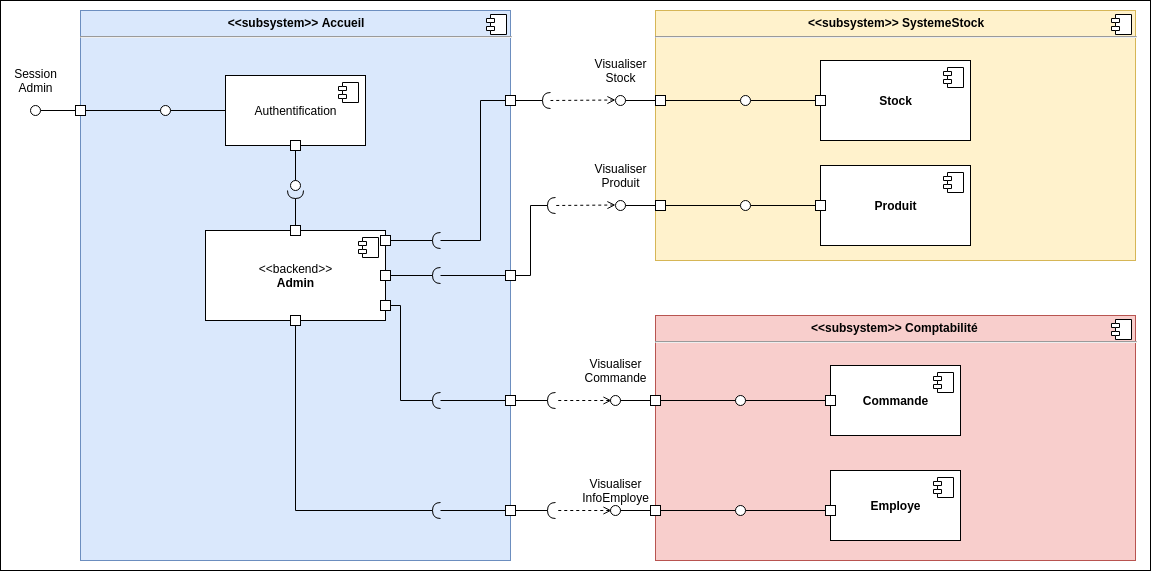
This is Diag_component_admin.png from micktymoon/P6_pelletier_c-line, a draw.io export, as it was before one commit. Source tidied: cells renumbered, new cells last; positions are measured from the earlier drawing's top-left corner, leaving out a move shared by most shapes.
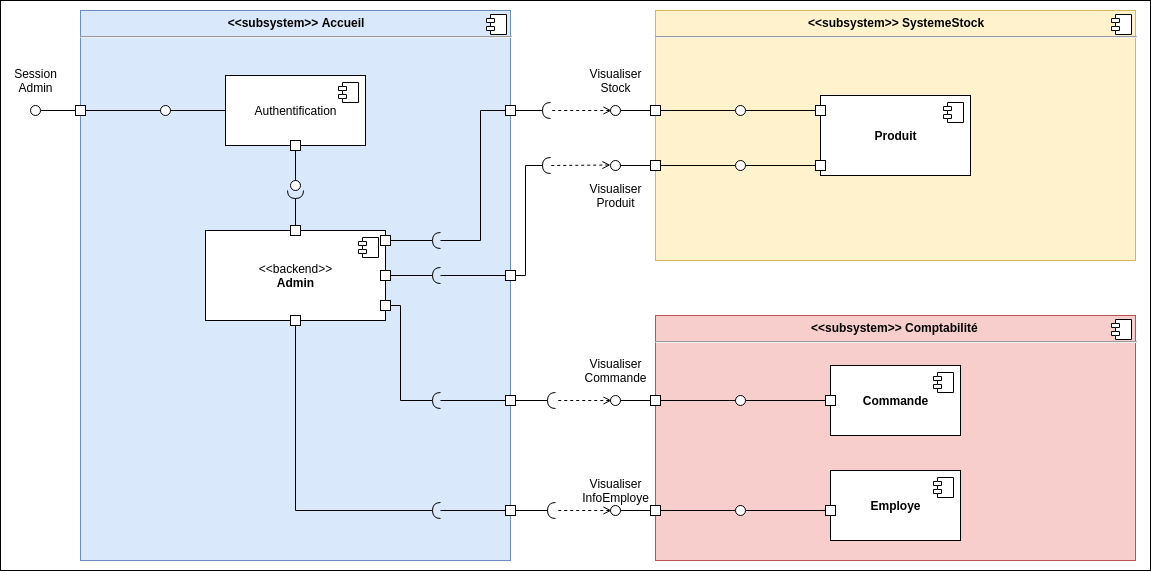
Later version of the same file.

The edit, as a diff of the source:
```diff
@@ -14,7 +14,7 @@
       </mxGeometry>
     </mxCell>
     <mxCell id="5" value="&lt;b&gt;Produit&lt;/b&gt;" style="html=1;" parent="1" vertex="1">
-      <mxGeometry x="820" y="165" width="150" height="80" as="geometry" />
+      <mxGeometry x="820" y="95" width="150" height="80" as="geometry" />
     </mxCell>
     <mxCell id="6" style="shape=component;jettyWidth=8;jettyHeight=4;" parent="5" vertex="1">
       <mxGeometry x="1" width="20" height="20" relative="1" as="geometry">
@@ -38,7 +38,7 @@
       </mxGeometry>
     </mxCell>
     <mxCell id="11" style="whiteSpace=wrap;html=1;" parent="1" vertex="1">
-      <mxGeometry x="815" y="200" width="10" height="10" as="geometry" />
+      <mxGeometry x="815" y="160" width="10" height="10" as="geometry" />
     </mxCell>
     <mxCell id="12" style="edgeStyle=none;rounded=0;jettySize=auto;html=1;exitX=0;exitY=0.5;exitDx=0;exitDy=0;startArrow=none;startFill=0;endArrow=none;endFill=0;" parent="1" edge="1" source="11" target="16">
       <mxGeometry relative="1" as="geometry" />
@@ -50,10 +50,10 @@
       <mxGeometry relative="1" as="geometry" />
     </mxCell>
     <mxCell id="15" style="whiteSpace=wrap;html=1;" parent="1" vertex="1">
-      <mxGeometry x="655" y="200" width="10" height="10" as="geometry" />
+      <mxGeometry x="650" y="160" width="10" height="10" as="geometry" />
     </mxCell>
     <mxCell id="16" style="ellipse;whiteSpace=wrap;html=1;fontFamily=Helvetica;fontSize=12;fontColor=#000000;align=center;strokeColor=#000000;fillColor=#ffffff;points=[];direction=south;" parent="1" vertex="1">
-      <mxGeometry x="740" y="200" width="10" height="10" as="geometry" />
+      <mxGeometry x="735" y="160" width="10" height="10" as="geometry" />
     </mxCell>
     <mxCell id="17" style="rounded=0;jettySize=auto;html=1;exitX=0;exitY=0.5;exitDx=0;exitDy=0;startArrow=none;startFill=0;endArrow=none;endFill=0;" parent="1" edge="1" source="71" target="18">
       <mxGeometry relative="1" as="geometry" />
@@ -150,7 +150,7 @@
       <mxGeometry x="735" y="505" width="10" height="10" as="geometry" />
     </mxCell>
     <mxCell id="45" style="ellipse;whiteSpace=wrap;html=1;fontFamily=Helvetica;fontSize=12;fontColor=#000000;align=center;strokeColor=#000000;fillColor=#ffffff;points=[];direction=south;" parent="1" vertex="1">
-      <mxGeometry x="615" y="200" width="10" height="10" as="geometry" />
+      <mxGeometry x="610" y="160" width="10" height="10" as="geometry" />
     </mxCell>
     <mxCell id="46" style="rounded=0;jettySize=auto;html=1;endArrow=halfCircle;endFill=0;endSize=6;strokeWidth=1;exitX=1;exitY=0.5;exitDx=0;exitDy=0;" parent="1" edge="1" source="32">
       <mxGeometry relative="1" as="geometry">
@@ -159,17 +159,17 @@
     </mxCell>
     <mxCell id="47" style="rounded=0;jettySize=auto;html=1;endArrow=halfCircle;endFill=0;endSize=6;strokeWidth=1;exitX=1;exitY=0.5;exitDx=0;exitDy=0;edgeStyle=orthogonalEdgeStyle;" parent="1" edge="1" source="34">
       <mxGeometry relative="1" as="geometry">
-        <mxPoint x="555" y="205" as="targetPoint" />
+        <mxPoint x="550" y="165" as="targetPoint" />
         <Array as="points">
-          <mxPoint x="530" y="275" />
-          <mxPoint x="530" y="205" />
+          <mxPoint x="525" y="275" />
+          <mxPoint x="525" y="165" />
         </Array>
       </mxGeometry>
     </mxCell>
     <mxCell id="48" style="edgeStyle=none;rounded=0;orthogonalLoop=1;jettySize=auto;html=1;endArrow=none;endFill=0;dashed=1;startArrow=open;startFill=0;" parent="1" edge="1">
       <mxGeometry relative="1" as="geometry">
-        <mxPoint x="615" y="204.5" as="sourcePoint" />
-        <mxPoint x="555" y="205" as="targetPoint" />
+        <mxPoint x="610" y="164.5" as="sourcePoint" />
+        <mxPoint x="550" y="165" as="targetPoint" />
       </mxGeometry>
     </mxCell>
     <mxCell id="49" style="edgeStyle=none;rounded=0;jettySize=auto;html=1;exitX=0;exitY=0.5;exitDx=0;exitDy=0;entryX=0.5;entryY=0.1;entryDx=0;entryDy=0;entryPerimeter=0;endArrow=none;endFill=0;" parent="1" edge="1" target="50">
@@ -245,7 +245,7 @@
       <mxGeometry x="575" y="355" width="80" height="30" as="geometry" />
     </mxCell>
     <mxCell id="63" value="Visualiser&lt;br&gt;Produit" style="text;html=1;align=center;verticalAlign=middle;" parent="1" vertex="1">
-      <mxGeometry x="585" y="160" width="70" height="30" as="geometry" />
+      <mxGeometry x="580" y="180" width="70" height="30" as="geometry" />
     </mxCell>
     <mxCell id="64" style="whiteSpace=wrap;html=1;" parent="1" vertex="1">
       <mxGeometry x="380" y="300" width="10" height="10" as="geometry" />
@@ -273,16 +273,8 @@
     <mxCell id="71" style="whiteSpace=wrap;html=1;" parent="1" vertex="1">
       <mxGeometry x="75" y="105" width="10" height="10" as="geometry" />
     </mxCell>
-    <mxCell id="72" value="&lt;b&gt;Stock&lt;/b&gt;" style="html=1;" parent="1" vertex="1">
-      <mxGeometry x="820" y="60" width="150" height="80" as="geometry" />
-    </mxCell>
-    <mxCell id="73" style="shape=component;jettyWidth=8;jettyHeight=4;" parent="72" vertex="1">
-      <mxGeometry x="1" width="20" height="20" relative="1" as="geometry">
-        <mxPoint x="-27" y="7" as="offset" />
-      </mxGeometry>
-    </mxCell>
     <mxCell id="74" style="whiteSpace=wrap;html=1;" parent="1" vertex="1">
-      <mxGeometry x="815" y="95" width="10" height="10" as="geometry" />
+      <mxGeometry x="815" y="105" width="10" height="10" as="geometry" />
     </mxCell>
     <mxCell id="75" style="edgeStyle=none;rounded=0;jettySize=auto;html=1;exitX=0;exitY=0.5;exitDx=0;exitDy=0;startArrow=none;startFill=0;endArrow=none;endFill=0;" parent="1" edge="1" source="74" target="79">
       <mxGeometry relative="1" as="geometry" />
@@ -294,29 +286,28 @@
       <mxGeometry relative="1" as="geometry" />
     </mxCell>
     <mxCell id="78" style="whiteSpace=wrap;html=1;" parent="1" vertex="1">
-      <mxGeometry x="655" y="95" width="10" height="10" as="geometry" />
+      <mxGeometry x="650" y="105" width="10" height="10" as="geometry" />
     </mxCell>
     <mxCell id="79" style="ellipse;whiteSpace=wrap;html=1;fontFamily=Helvetica;fontSize=12;fontColor=#000000;align=center;strokeColor=#000000;fillColor=#ffffff;points=[];direction=south;" parent="1" vertex="1">
-      <mxGeometry x="740" y="95" width="10" height="10" as="geometry" />
+      <mxGeometry x="735" y="105" width="10" height="10" as="geometry" />
     </mxCell>
     <mxCell id="80" style="ellipse;whiteSpace=wrap;html=1;fontFamily=Helvetica;fontSize=12;fontColor=#000000;align=center;strokeColor=#000000;fillColor=#ffffff;points=[];direction=south;" parent="1" vertex="1">
-      <mxGeometry x="615" y="95" width="10" height="10" as="geometry" />
+      <mxGeometry x="610" y="105" width="10" height="10" as="geometry" />
     </mxCell>
-    <mxCell id="81" style="edgeStyle=none;rounded=0;orthogonalLoop=1;jettySize=auto;html=1;endArrow=none;endFill=0;dashed=1;startArrow=open;startFill=0;" parent="1" edge="1">
+    <mxCell id="81" style="edgeStyle=none;rounded=0;jettySize=auto;html=1;endArrow=none;endFill=0;dashed=1;startArrow=open;startFill=0;exitX=0.5;exitY=0.9;exitDx=0;exitDy=0;exitPerimeter=0;" parent="1" edge="1" source="80">
       <mxGeometry relative="1" as="geometry">
-        <mxPoint x="615" y="99.5" as="sourcePoint" />
-        <mxPoint x="550" y="100" as="targetPoint" />
+        <mxPoint x="550" y="110" as="targetPoint" />
       </mxGeometry>
     </mxCell>
     <mxCell id="82" value="Visualiser&lt;br&gt;Stock" style="text;html=1;align=center;verticalAlign=middle;" parent="1" vertex="1">
-      <mxGeometry x="585" y="55" width="70" height="30" as="geometry" />
+      <mxGeometry x="580" y="65" width="70" height="30" as="geometry" />
     </mxCell>
     <mxCell id="83" style="whiteSpace=wrap;html=1;" parent="1" vertex="1">
-      <mxGeometry x="505" y="95" width="10" height="10" as="geometry" />
+      <mxGeometry x="505" y="105" width="10" height="10" as="geometry" />
     </mxCell>
     <mxCell id="84" style="rounded=0;jettySize=auto;html=1;endArrow=halfCircle;endFill=0;endSize=6;strokeWidth=1;exitX=1;exitY=0.5;exitDx=0;exitDy=0;" parent="1" edge="1" source="83">
       <mxGeometry relative="1" as="geometry">
-        <mxPoint x="550" y="100" as="targetPoint" />
+        <mxPoint x="550" y="110" as="targetPoint" />
       </mxGeometry>
     </mxCell>
     <mxCell id="85" style="whiteSpace=wrap;html=1;" parent="1" vertex="1">
@@ -331,7 +322,7 @@
       <mxGeometry relative="1" as="geometry">
         <mxPoint x="440" y="240" as="targetPoint" />
         <Array as="points">
-          <mxPoint x="480" y="100" />
+          <mxPoint x="480" y="110" />
           <mxPoint x="480" y="240" />
         </Array>
       </mxGeometry>
```
